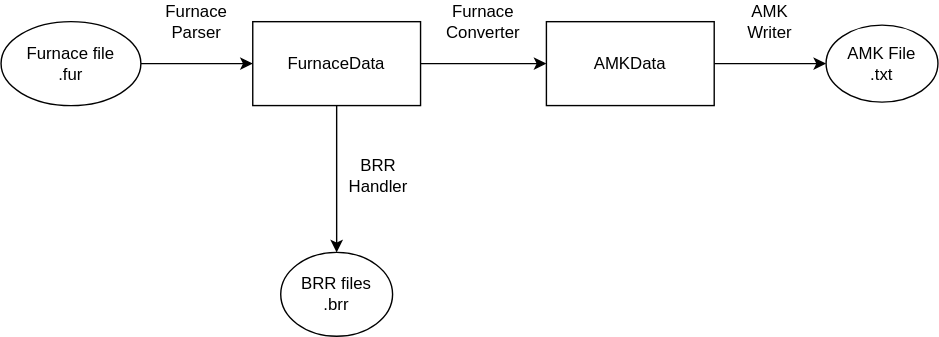
The draw.io diagram src/doc/fur2amk_arch.svg in schematuna/fur2amk, before a commit. Source tidied: cells renumbered, new cells last; positions are measured from the earlier drawing's top-left corner, leaving out a move shared by most shapes.
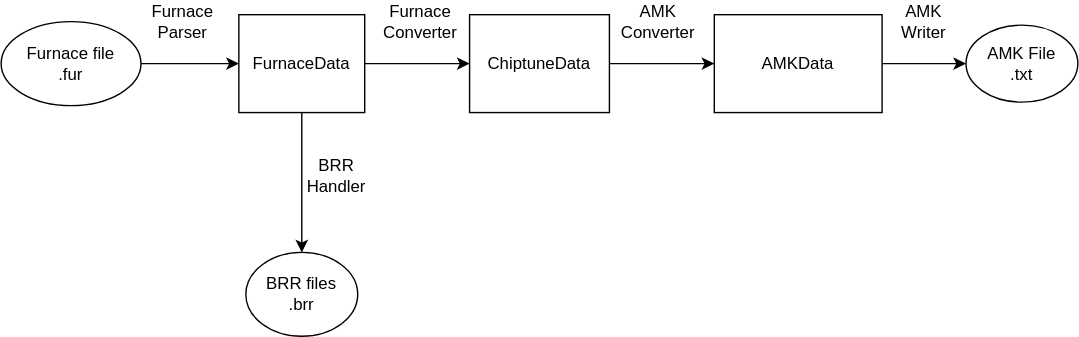
After the commit.

Change to the diagram source:
```diff
@@ -6,40 +6,49 @@
       <mxGeometry relative="1" as="geometry" />
     </mxCell>
     <mxCell id="3" value="&lt;div&gt;Furnace file&lt;/div&gt;&lt;div&gt;.fur&lt;/div&gt;" style="ellipse;whiteSpace=wrap;html=1;" parent="1" vertex="1">
-      <mxGeometry y="15" width="100" height="60" as="geometry" />
+      <mxGeometry x="-10" y="15" width="100" height="60" as="geometry" />
     </mxCell>
-    <mxCell id="4" style="edgeStyle=orthogonalEdgeStyle;rounded=0;jettySize=auto;html=1;" parent="1" edge="1" source="6" target="9">
+    <mxCell id="4" style="edgeStyle=orthogonalEdgeStyle;rounded=0;jettySize=auto;html=1;entryX=0;entryY=0.5;entryDx=0;entryDy=0;" parent="1" edge="1" source="6" target="16">
       <mxGeometry relative="1" as="geometry" />
     </mxCell>
     <mxCell id="5" style="edgeStyle=orthogonalEdgeStyle;rounded=0;jettySize=auto;html=1;" parent="1" edge="1" source="6" target="13">
       <mxGeometry relative="1" as="geometry" />
     </mxCell>
     <mxCell id="6" value="&lt;div&gt;FurnaceData&lt;/div&gt;" style="whiteSpace=wrap;html=1;" parent="1" vertex="1">
-      <mxGeometry x="180" y="15" width="120" height="60" as="geometry" />
+      <mxGeometry x="160" y="10" width="90" height="70" as="geometry" />
     </mxCell>
     <mxCell id="7" value="&lt;div&gt;Furnace Parser&lt;/div&gt;" style="text;html=1;whiteSpace=wrap;strokeColor=none;fillColor=none;align=center;verticalAlign=middle;rounded=0;" parent="1" vertex="1">
-      <mxGeometry x="110" width="60" height="30" as="geometry" />
+      <mxGeometry x="90" width="60" height="30" as="geometry" />
     </mxCell>
     <mxCell id="8" style="edgeStyle=orthogonalEdgeStyle;rounded=0;jettySize=auto;html=1;" parent="1" edge="1" source="9" target="11">
       <mxGeometry relative="1" as="geometry" />
     </mxCell>
     <mxCell id="9" value="AMKData" style="whiteSpace=wrap;html=1;" parent="1" vertex="1">
-      <mxGeometry x="390" y="15" width="120" height="60" as="geometry" />
+      <mxGeometry x="500" y="10" width="120" height="70" as="geometry" />
     </mxCell>
     <mxCell id="10" value="&lt;div&gt;Furnace&lt;/div&gt;&lt;div&gt;Converter&lt;/div&gt;" style="text;html=1;whiteSpace=wrap;strokeColor=none;fillColor=none;align=center;verticalAlign=middle;rounded=0;" parent="1" vertex="1">
-      <mxGeometry x="315" width="60" height="30" as="geometry" />
+      <mxGeometry x="260" width="60" height="30" as="geometry" />
     </mxCell>
     <mxCell id="11" value="&lt;div&gt;AMK File&lt;/div&gt;&lt;div&gt;.txt&lt;/div&gt;" style="ellipse;whiteSpace=wrap;html=1;" parent="1" vertex="1">
-      <mxGeometry x="590" y="17.5" width="80" height="55" as="geometry" />
+      <mxGeometry x="680" y="17.5" width="80" height="55" as="geometry" />
     </mxCell>
     <mxCell id="12" value="&lt;div&gt;AMK&lt;/div&gt;&lt;div&gt;Writer&lt;/div&gt;" style="text;html=1;whiteSpace=wrap;strokeColor=none;fillColor=none;align=center;verticalAlign=middle;rounded=0;" parent="1" vertex="1">
-      <mxGeometry x="520" width="60" height="30" as="geometry" />
+      <mxGeometry x="620" width="60" height="30" as="geometry" />
     </mxCell>
     <mxCell id="13" value="&lt;div&gt;BRR files&lt;/div&gt;&lt;div&gt;.brr&lt;/div&gt;" style="ellipse;whiteSpace=wrap;html=1;" parent="1" vertex="1">
-      <mxGeometry x="200" y="180" width="80" height="60" as="geometry" />
+      <mxGeometry x="165" y="180" width="80" height="60" as="geometry" />
     </mxCell>
     <mxCell id="14" value="&lt;div&gt;BRR&lt;/div&gt;&lt;div&gt;Handler&lt;/div&gt;" style="text;html=1;whiteSpace=wrap;strokeColor=none;fillColor=none;align=center;verticalAlign=middle;rounded=0;" parent="1" vertex="1">
-      <mxGeometry x="240" y="110" width="60" height="30" as="geometry" />
+      <mxGeometry x="200" y="110" width="60" height="30" as="geometry" />
     </mxCell>
+    <mxCell id="15" style="edgeStyle=orthogonalEdgeStyle;rounded=0;jettySize=auto;html=1;exitX=1;exitY=0.5;exitDx=0;exitDy=0;" parent="1" edge="1" source="16" target="9">
+      <mxGeometry relative="1" as="geometry" />
+    </mxCell>
+    <mxCell id="16" value="&lt;div&gt;ChiptuneData&lt;/div&gt;" style="rounded=0;whiteSpace=wrap;html=1;" parent="1" vertex="1">
+      <mxGeometry x="325" y="10" width="100" height="70" as="geometry" />
+    </mxCell>
+    <mxCell id="17" value="&lt;div&gt;AMK&lt;/div&gt;&lt;div&gt;Converter&lt;/div&gt;" style="text;html=1;whiteSpace=wrap;strokeColor=none;fillColor=none;align=center;verticalAlign=middle;rounded=0;" parent="1" vertex="1">
+      <mxGeometry x="430" width="60" height="30" as="geometry" />
+    </mxCell>
   </root>
 </mxGraphModel>
```
